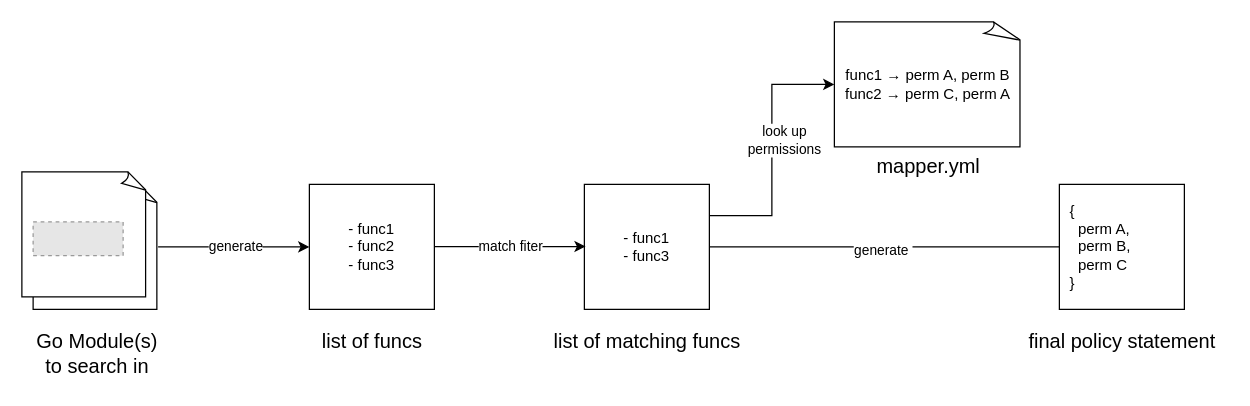
Above: codegen/permission-generator/doc/operating_principle.drawio in kubermatic/kubermatic (draw.io), before the change. Source tidied: cells renumbered, new cells numbered last; positions are measured from the earlier drawing's top-left corner, leaving out a move shared by most shapes. Both pictures are drawn from the tidied source at 125%, with x=0, y=0 at pixel (21, 21). Pictures stored in the file or linked from it are replaced by grey dashed boxes.
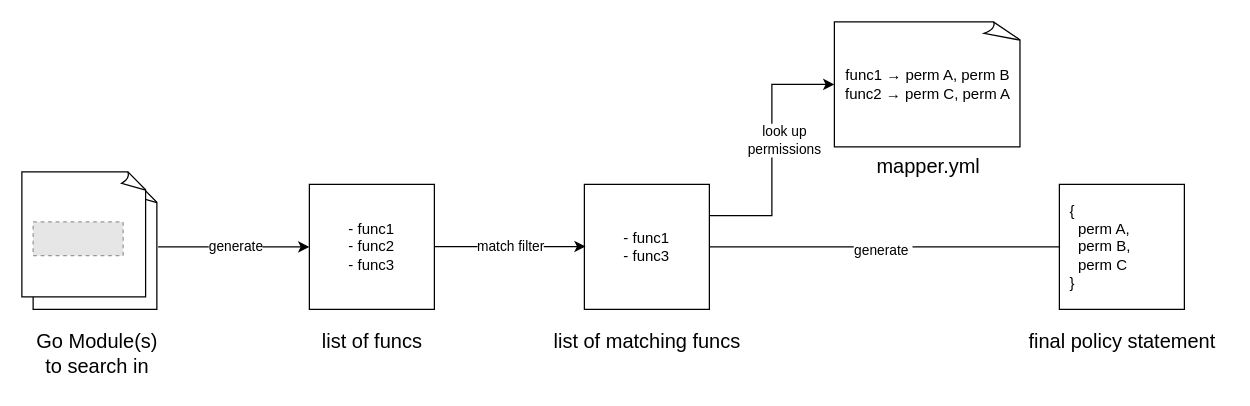
Above is the later version.

Commit message (it also covers changes not shown here):
fix typo in diagram

Unchanged cells that the change refers to:
```xml
<mxCell id="13" style="edgeStyle=orthogonalEdgeStyle;rounded=0;orthogonalLoop=1;jettySize=auto;html=1;exitX=1;exitY=0.5;exitDx=0;exitDy=0;exitPerimeter=0;entryX=0;entryY=0.5;entryDx=0;entryDy=0;" parent="1" edge="1">
  <mxGeometry relative="1" as="geometry">
    <mxPoint x="330" y="179.7" as="sourcePoint" />
    <mxPoint x="451" y="179.7" as="targetPoint" />
  </mxGeometry>
</mxCell>
```

The edit, as a diff of the source:
```diff
@@
-    <mxCell id="14" value="match fiter" style="edgeLabel;html=1;align=center;verticalAlign=middle;labelPosition=center;verticalLabelPosition=middle;" parent="13" vertex="1">
+    <mxCell id="14" value="match filter" style="edgeLabel;html=1;align=center;verticalAlign=middle;labelPosition=center;verticalLabelPosition=middle;" parent="13" vertex="1">
       <mxGeometry x="-0.35" y="1" relative="1" as="geometry">
         <mxPoint x="21" y="1" as="offset" />
       </mxGeometry>
     </mxCell>
```
